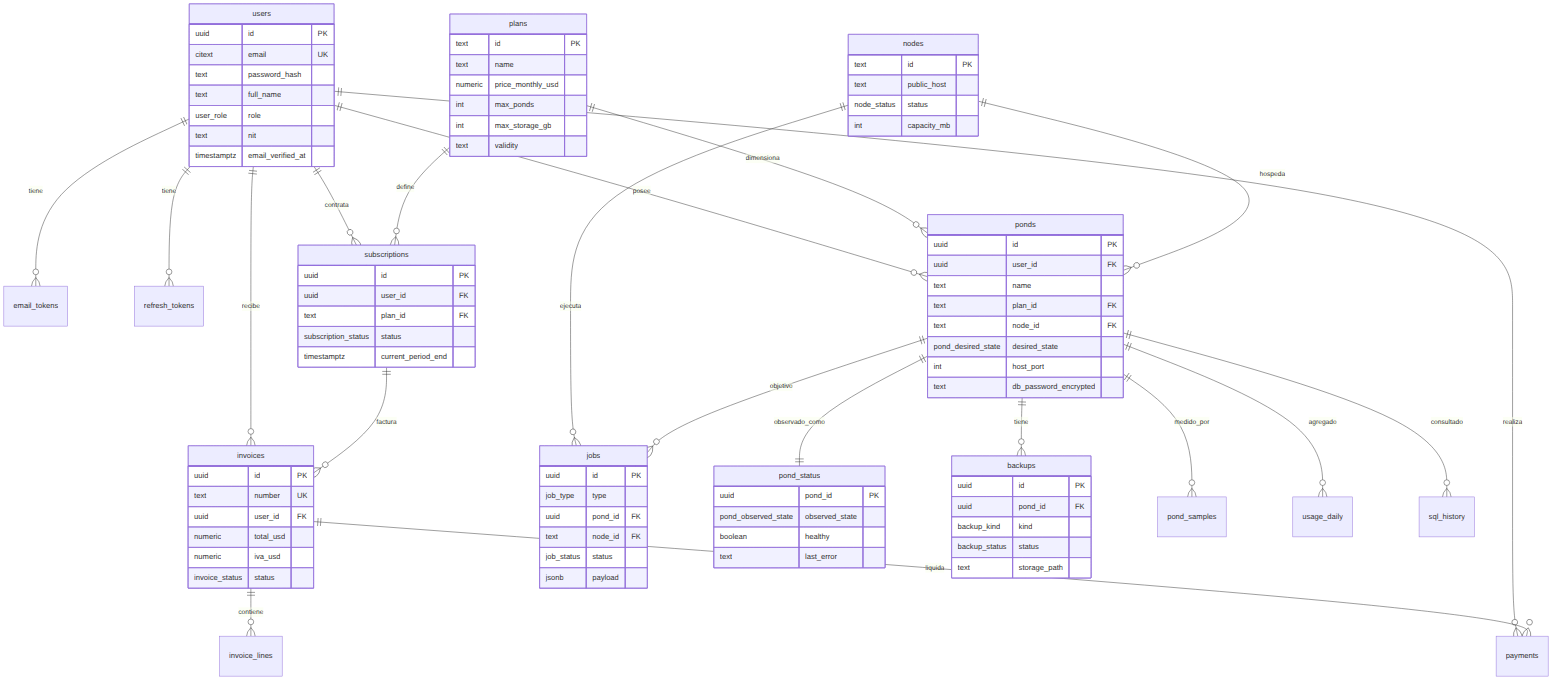
The Mermaid diagram renders/06-modelo-er.png in carloshugoeg/koicloud-entrega-2, before a commit. Its source is kept beside it as diagramas/06-modelo-er.mmd. Source of this version:
```mermaid
erDiagram
    users ||--o{ email_tokens : tiene
    users ||--o{ refresh_tokens : tiene
    users ||--o{ subscriptions : contrata
    users ||--o{ ponds : posee
    users ||--o{ invoices : recibe
    users ||--o{ payments : realiza
    plans ||--o{ subscriptions : define
    plans ||--o{ ponds : dimensiona
    subscriptions ||--o{ invoices : factura
    invoices ||--o{ invoice_lines : contiene
    invoices ||--o{ payments : liquida
    nodes ||--o{ ponds : hospeda
    nodes ||--o{ jobs : ejecuta
    ponds ||--|| pond_status : observado_como
    ponds ||--o{ jobs : objetivo
    ponds ||--o{ backups : tiene
    ponds ||--o{ pond_samples : medido_por
    ponds ||--o{ usage_daily : agregado
    ponds ||--o{ sql_history : consultado

    users {
        uuid id PK
        citext email UK
        text password_hash
        text full_name
        user_role role
        text nit
        timestamptz email_verified_at
    }
    plans {
        text id PK
        text name
        numeric price_monthly_usd
        int max_ponds
        int max_storage_gb
        text validity
    }
    subscriptions {
        uuid id PK
        uuid user_id FK
        text plan_id FK
        subscription_status status
        timestamptz current_period_end
    }
    ponds {
        uuid id PK
        uuid user_id FK
        text name
        text plan_id FK
        text node_id FK
        pond_desired_state desired_state
        int host_port
        text db_password_encrypted
    }
    pond_status {
        uuid pond_id PK
        pond_observed_state observed_state
        boolean healthy
        text last_error
    }
    jobs {
        uuid id PK
        job_type type
        uuid pond_id FK
        text node_id FK
        job_status status
        jsonb payload
    }
    nodes {
        text id PK
        text public_host
        node_status status
        int capacity_mb
    }
    backups {
        uuid id PK
        uuid pond_id FK
        backup_kind kind
        backup_status status
        text storage_path
    }
    invoices {
        uuid id PK
        text number UK
        uuid user_id FK
        numeric total_usd
        numeric iva_usd
        invoice_status status
    }
```
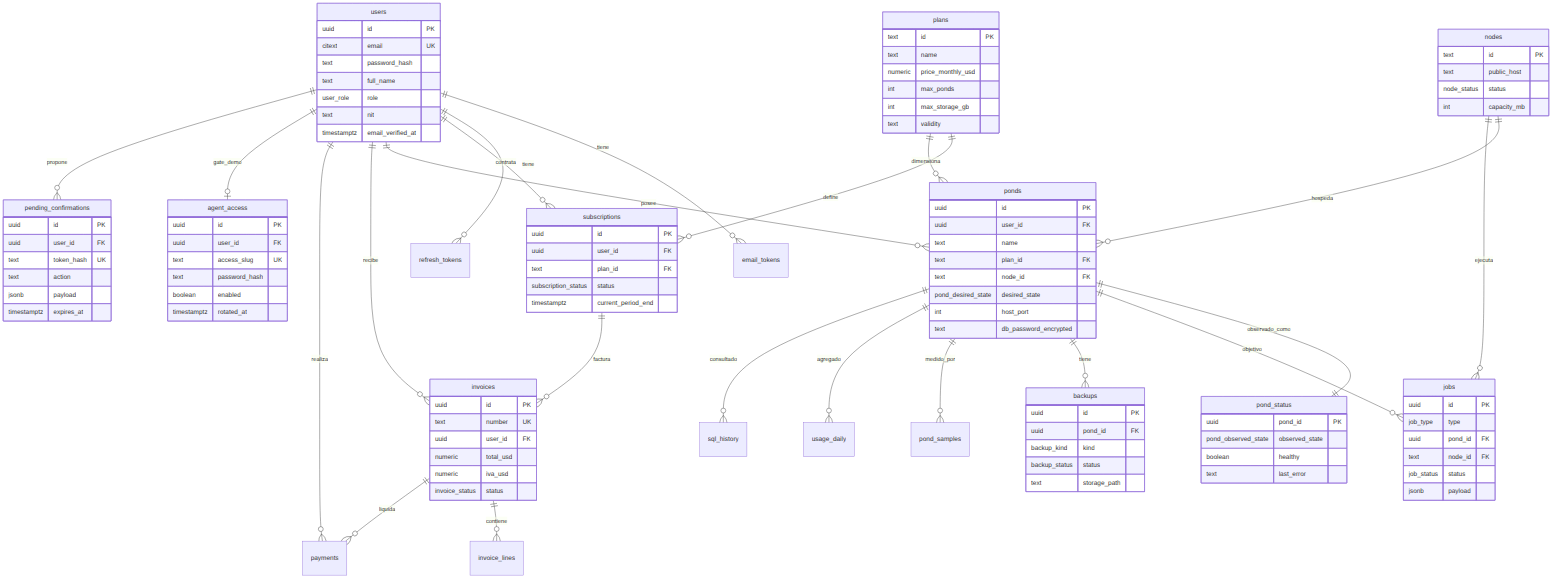
Above is the later version.

Change to the diagram source:
```diff
@@ -5,6 +5,8 @@
     users ||--o{ ponds : posee
     users ||--o{ invoices : recibe
     users ||--o{ payments : realiza
+    users ||--o| agent_access : gate_demo
+    users ||--o{ pending_confirmations : propone
     plans ||--o{ subscriptions : define
     plans ||--o{ ponds : dimensiona
     subscriptions ||--o{ invoices : factura
@@ -88,3 +90,19 @@
         numeric iva_usd
         invoice_status status
     }
+    agent_access {
+        uuid id PK
+        uuid user_id FK
+        text access_slug UK
+        text password_hash
+        boolean enabled
+        timestamptz rotated_at
+    }
+    pending_confirmations {
+        uuid id PK
+        uuid user_id FK
+        text token_hash UK
+        text action
+        jsonb payload
+        timestamptz expires_at
+    }
```
